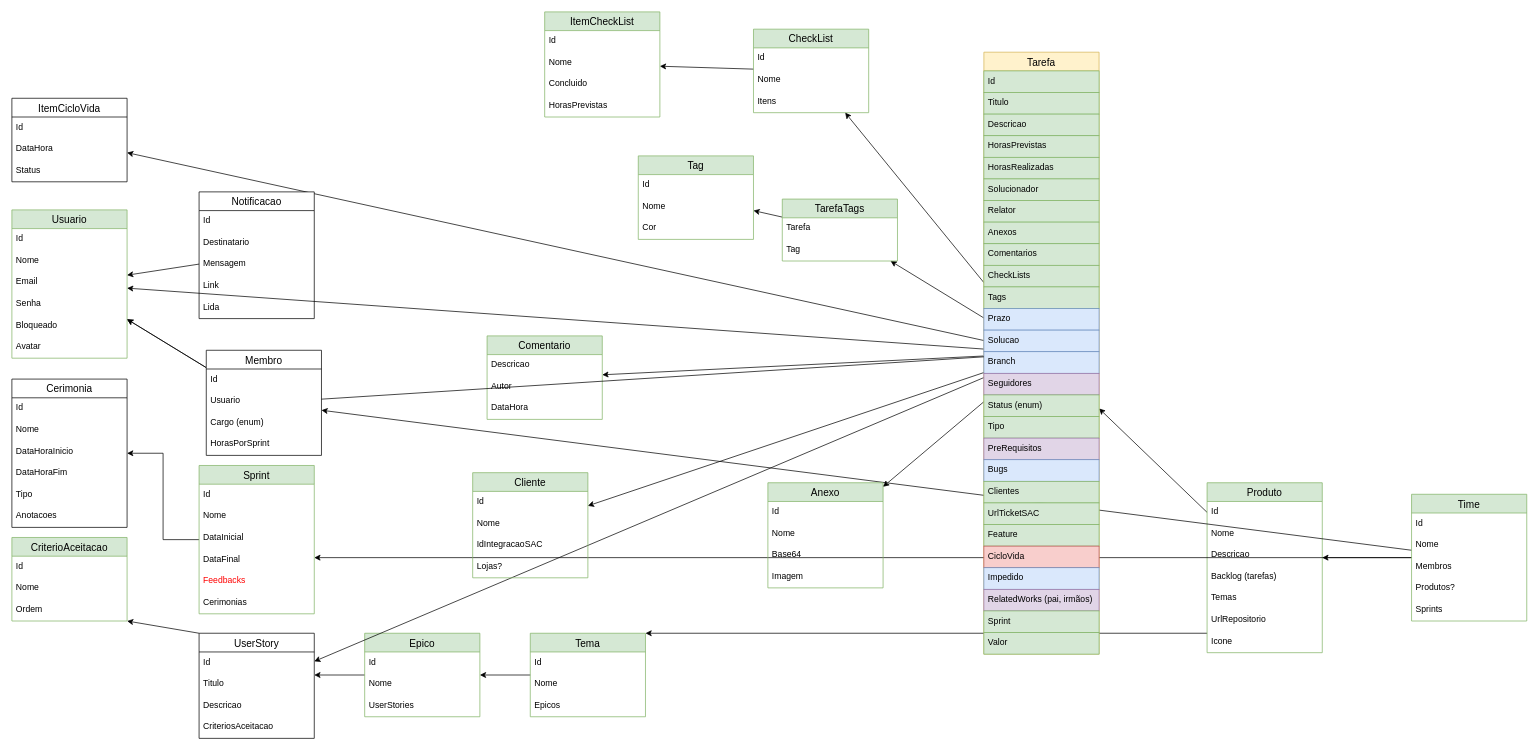
The draw.io diagram page "ordem" (1 of 2) of Agilis-Back/docs/Untitled Diagram.drawio in ddsdaniel/Agilis, before the edit. Source tidied: cells renumbered, new cells numbered last; positions are measured from the earlier drawing's top-left corner, leaving out a move shared by most shapes. Both pictures are drawn from the tidied source at 72%, with x=0, y=0 at pixel (12, 12).
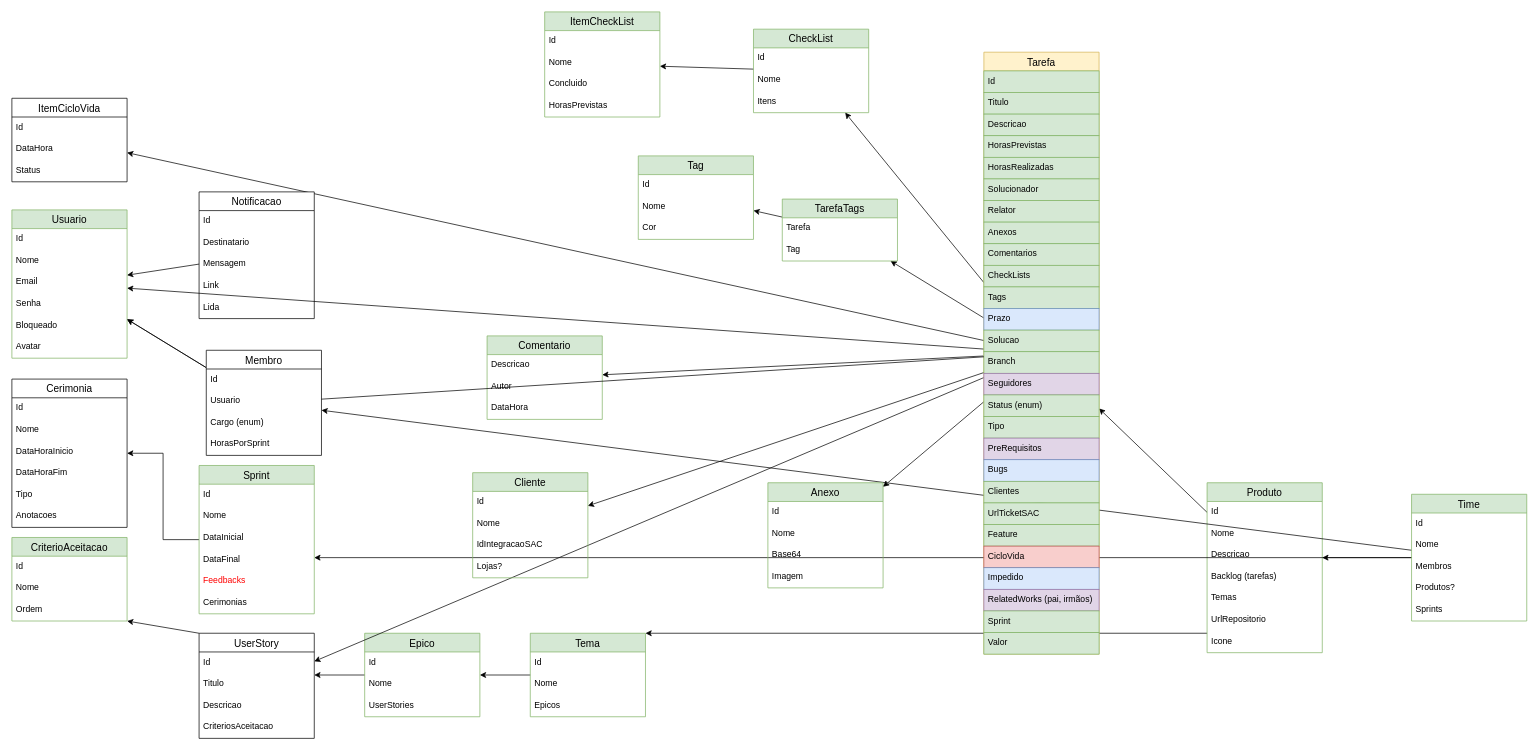
Above is the later version.

The change refers to these unchanged cells:
```xml
<mxCell id="88" value="Tarefa" style="swimlane;fontStyle=0;horizontal=1;startSize=26;align=center;fontSize=14;fillColor=#fff2cc;strokeColor=#d6b656;" parent="1" vertex="1">
  <mxGeometry x="1350" y="56" width="160" height="836" as="geometry" />
</mxCell>
```

Diff of the diagram source:
```diff
@@
-    <mxCell id="101" value="Solucao" style="text;strokeColor=#6c8ebf;fillColor=#dae8fc;spacingLeft=4;spacingRight=4;overflow=hidden;fontSize=12;" parent="88" vertex="1">
+    <mxCell id="101" value="Solucao" style="text;strokeColor=#82b366;fillColor=#d5e8d4;spacingLeft=4;spacingRight=4;overflow=hidden;fontSize=12;" parent="88" vertex="1">
       <mxGeometry y="386" width="160" height="30" as="geometry" />
     </mxCell>
-    <mxCell id="102" value="Branch" style="text;strokeColor=#6c8ebf;fillColor=#dae8fc;spacingLeft=4;spacingRight=4;overflow=hidden;fontSize=12;" parent="88" vertex="1">
+    <mxCell id="102" value="Branch" style="text;strokeColor=#82b366;fillColor=#d5e8d4;spacingLeft=4;spacingRight=4;overflow=hidden;fontSize=12;" parent="88" vertex="1">
       <mxGeometry y="416" width="160" height="30" as="geometry" />
     </mxCell>
```
